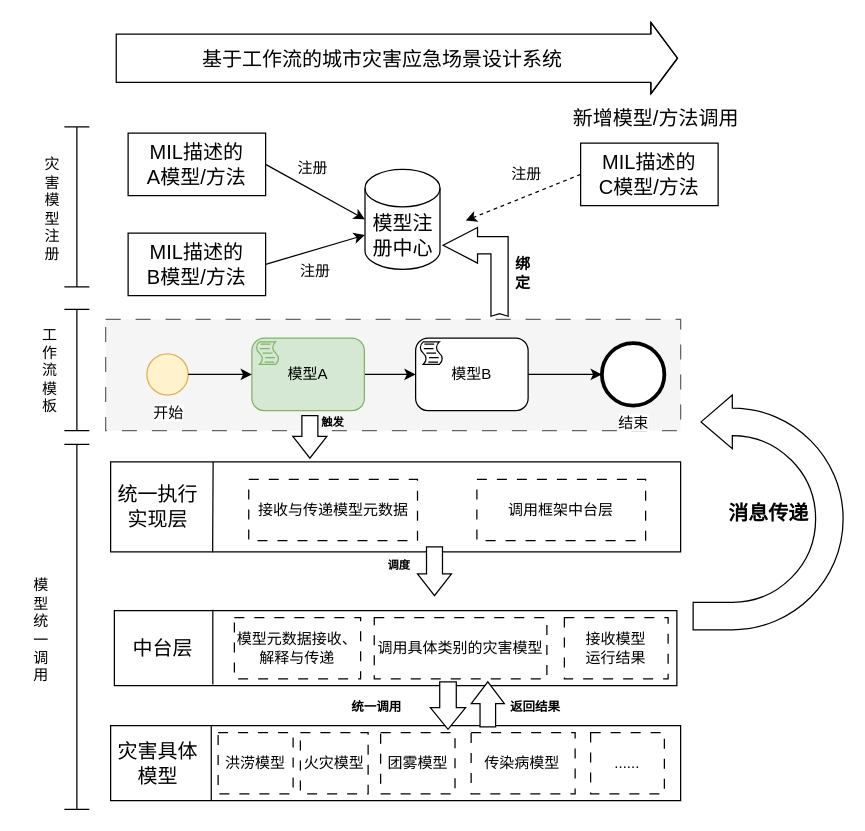
liujing-maker/IDEA keeps this draw.io diagram as page "第 6 页" (6 of 6) of 模型接口语言注册.drawio. Above is the earlier version. Source tidied: cells renumbered, new cells numbered last; positions are measured from the earlier drawing's top-left corner, leaving out a move shared by most shapes. Both pictures are drawn from the tidied source at 125%, with x=0, y=0 at pixel (21, 58).
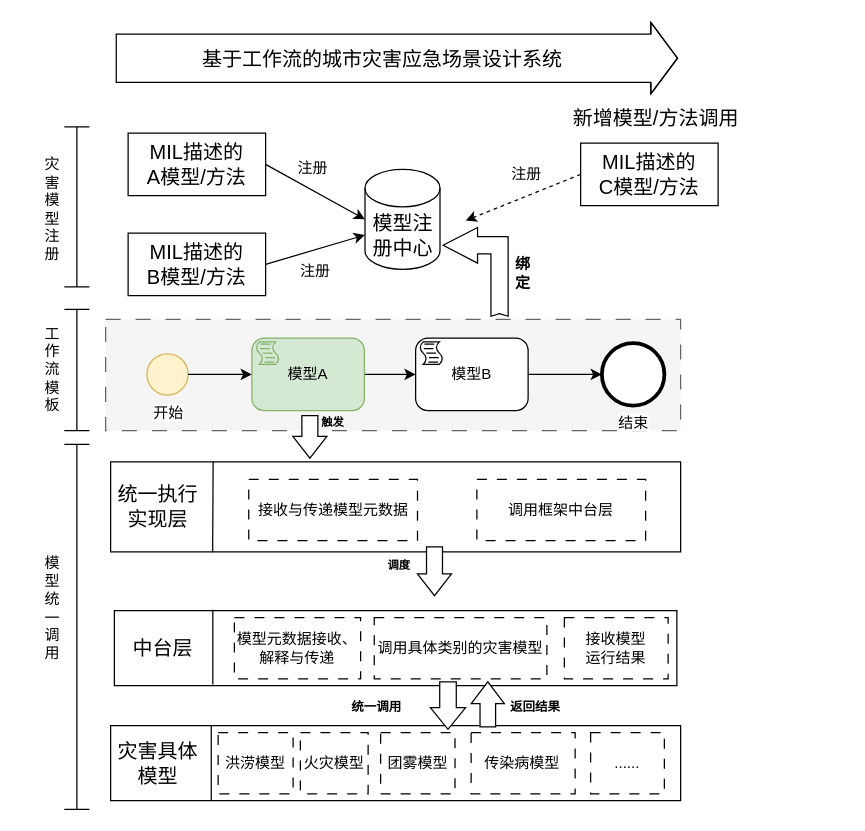
The same page after the edit.

Commit message:
更新模型接口语言注册.drawio

The edit, as a diff of the source:
```diff
@@
     <mxCell id="18" value="模&lt;div&gt;型&lt;/div&gt;&lt;div&gt;统&lt;/div&gt;&lt;div&gt;一&lt;/div&gt;&lt;div&gt;调&lt;/div&gt;&lt;div&gt;用&lt;/div&gt;" style="text;html=1;align=center;verticalAlign=middle;strokeColor=none;fillColor=none;" parent="1" vertex="1">
-      <mxGeometry y="409" width="30" height="98" as="geometry" />
+      <mxGeometry x="9" y="391" width="30" height="98" as="geometry" />
     </mxCell>
@@
     <mxCell id="31" value="工&lt;div&gt;作&lt;/div&gt;&lt;div&gt;流&lt;/div&gt;&lt;div&gt;模&lt;/div&gt;&lt;div&gt;板&lt;/div&gt;" style="text;html=1;align=center;verticalAlign=middle;strokeColor=none;fillColor=none;" parent="1" vertex="1">
-      <mxGeometry x="7" y="207.5" width="30" height="84" as="geometry" />
+      <mxGeometry x="9" y="206.5" width="30" height="84" as="geometry" />
     </mxCell>
@@
-    <mxCell id="57" style="html=1;shadow=0;dashed=0;align=center;verticalAlign=middle;shape=mxgraph.arrows2.uTurnArrow;dy=11;arrowHead=43;dx2=25;flipH=1;" parent="1" vertex="1">
-      <mxGeometry x="537" y="269.5" width="120" height="187.8" as="geometry" />
-    </mxCell>
-    <mxCell id="58" value="&lt;font style=&quot;font-size: 16px;&quot;&gt;消息传递&lt;/font&gt;" style="text;strokeColor=none;fillColor=none;html=1;fontSize=24;fontStyle=1;verticalAlign=middle;align=center;" parent="1" vertex="1">
-      <mxGeometry x="547" y="341.5" width="100" height="40" as="geometry" />
-    </mxCell>
```
